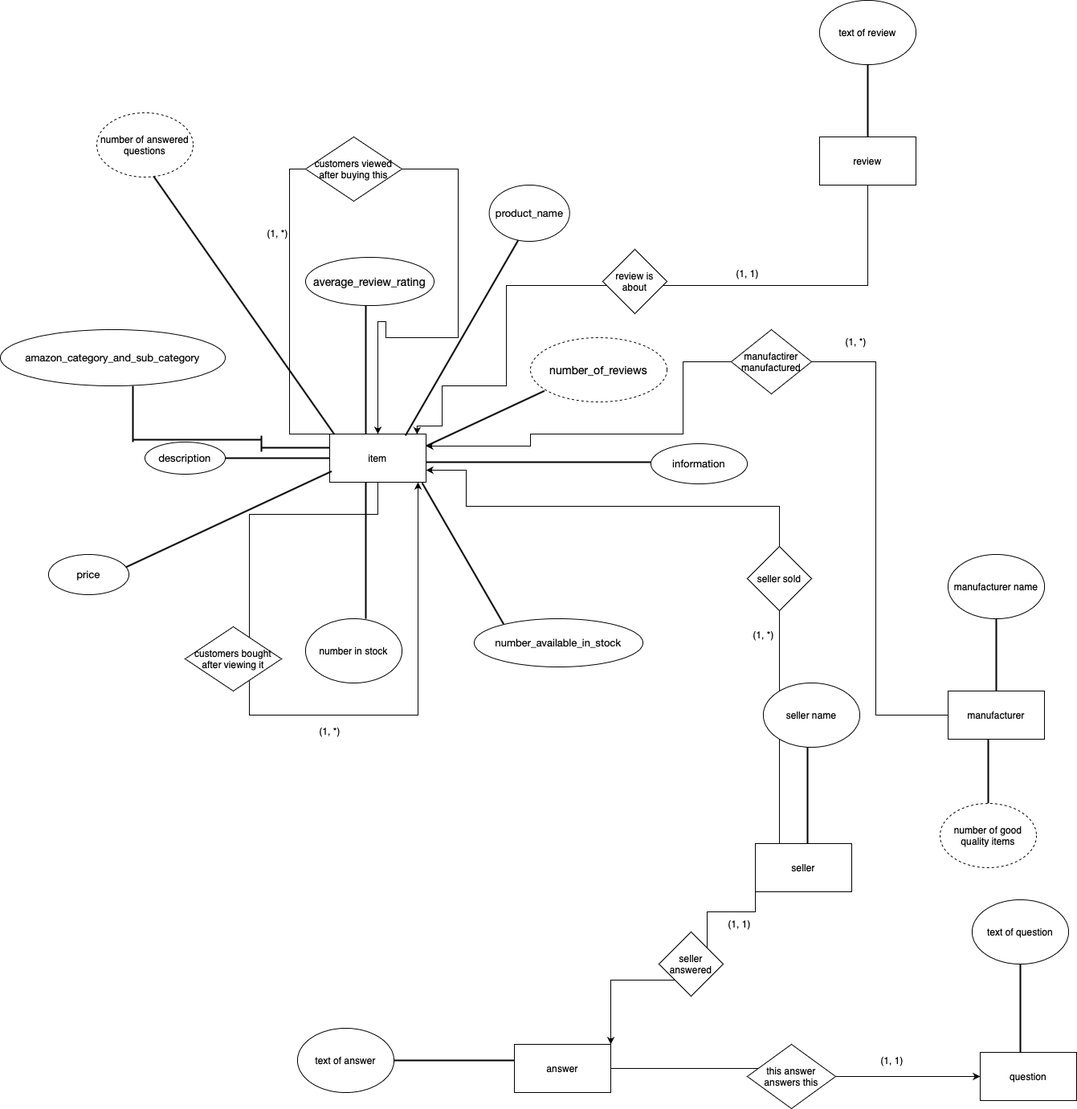
Earlier version of the draw.io export Untitled Diagram.drawio.png (aefrt/database-theory). Source tidied: cells renumbered, new cells last; positions are measured from the earlier drawing's top-left corner, leaving out a move shared by most shapes.
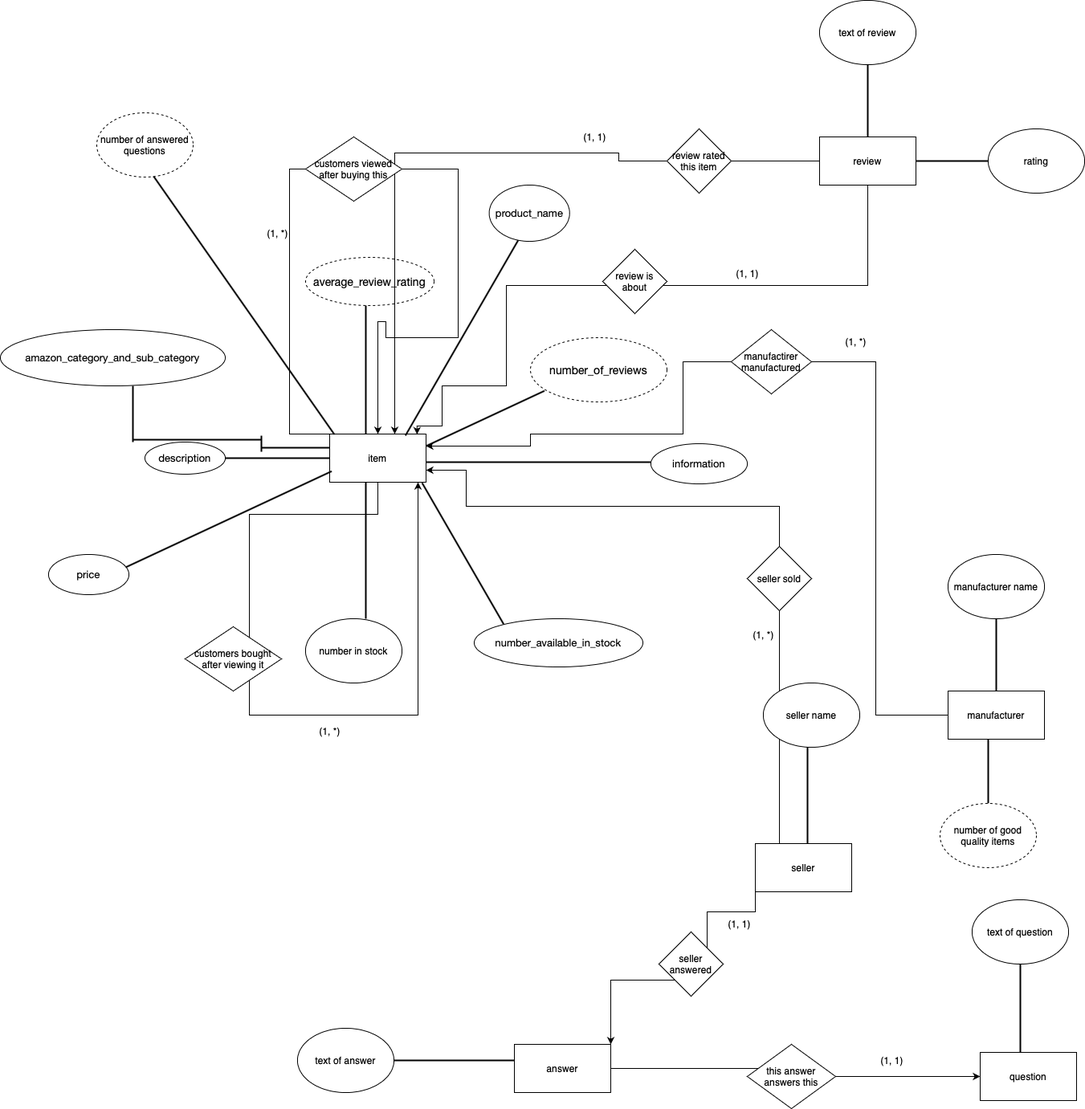
After the change.

Change to the diagram source:
```diff
@@ -79,7 +79,7 @@
     <mxCell id="16" style="line;strokeWidth=2;direction=south;html=1;" parent="1" vertex="1">
       <mxGeometry x="1235" y="770" width="10" height="90" as="geometry" />
     </mxCell>
-    <mxCell id="17" value="&lt;span style=&quot;font-style: normal ; letter-spacing: normal ; text-indent: 0px ; text-transform: none ; word-spacing: 0px ; text-decoration: none ; color: rgb(0 , 0 , 0) ; font-family: &amp;#34;helvetica neue&amp;#34; , &amp;#34;helvetica&amp;#34; , &amp;#34;arial&amp;#34; , sans-serif ; font-size: 14px ; text-align: left ; background-color: rgb(255 , 255 , 255) ; float: none ; display: inline&quot;&gt;average_review_rating&lt;/span&gt;" style="ellipse;whiteSpace=wrap;html=1;" parent="1" vertex="1">
+    <mxCell id="17" value="&lt;span style=&quot;font-style: normal ; letter-spacing: normal ; text-indent: 0px ; text-transform: none ; word-spacing: 0px ; text-decoration: none ; color: rgb(0 , 0 , 0) ; font-family: &amp;#34;helvetica neue&amp;#34; , &amp;#34;helvetica&amp;#34; , &amp;#34;arial&amp;#34; , sans-serif ; font-size: 14px ; text-align: left ; background-color: rgb(255 , 255 , 255) ; float: none ; display: inline&quot;&gt;average_review_rating&lt;/span&gt;" style="ellipse;whiteSpace=wrap;html=1;dashed=1;" parent="1" vertex="1">
       <mxGeometry x="380" y="320" width="160" height="60" as="geometry" />
     </mxCell>
     <mxCell id="18" style="line;strokeWidth=2;direction=south;html=1;" parent="1" vertex="1">
@@ -142,6 +142,15 @@
         </Array>
       </mxGeometry>
     </mxCell>
+    <mxCell id="65" style="edgeStyle=orthogonalEdgeStyle;rounded=0;jettySize=auto;html=1;" parent="1" edge="1" source="35" target="4">
+      <mxGeometry relative="1" as="geometry">
+        <Array as="points">
+          <mxPoint x="770" y="200" />
+          <mxPoint x="770" y="190" />
+          <mxPoint x="491" y="190" />
+        </Array>
+      </mxGeometry>
+    </mxCell>
     <mxCell id="35" value="review" style="rounded=0;whiteSpace=wrap;html=1;" parent="1" vertex="1">
       <mxGeometry x="1020" y="170" width="120" height="60" as="geometry" />
     </mxCell>
@@ -232,5 +241,17 @@
     <mxCell id="64" value="number of good quality items" style="ellipse;whiteSpace=wrap;html=1;dashed=1;" parent="1" vertex="1">
       <mxGeometry x="1170" y="1000" width="120" height="80" as="geometry" />
     </mxCell>
+    <mxCell id="66" style="line;strokeWidth=2;html=1;" parent="1" vertex="1">
+      <mxGeometry x="1140" y="195" width="90" height="10" as="geometry" />
+    </mxCell>
+    <mxCell id="67" value="rating" style="ellipse;whiteSpace=wrap;html=1;" parent="1" vertex="1">
+      <mxGeometry x="1230" y="160" width="120" height="80" as="geometry" />
+    </mxCell>
+    <mxCell id="68" value="review rated this item" style="rhombus;whiteSpace=wrap;html=1;" parent="1" vertex="1">
+      <mxGeometry x="830" y="160" width="80" height="80" as="geometry" />
+    </mxCell>
+    <mxCell id="69" value="(1, 1)" style="text;html=1;align=center;verticalAlign=middle;fillColor=none;strokeColor=none;rounded=0;" parent="1" vertex="1">
+      <mxGeometry x="720" y="160" width="40" height="20" as="geometry" />
+    </mxCell>
   </root>
 </mxGraphModel>
```
